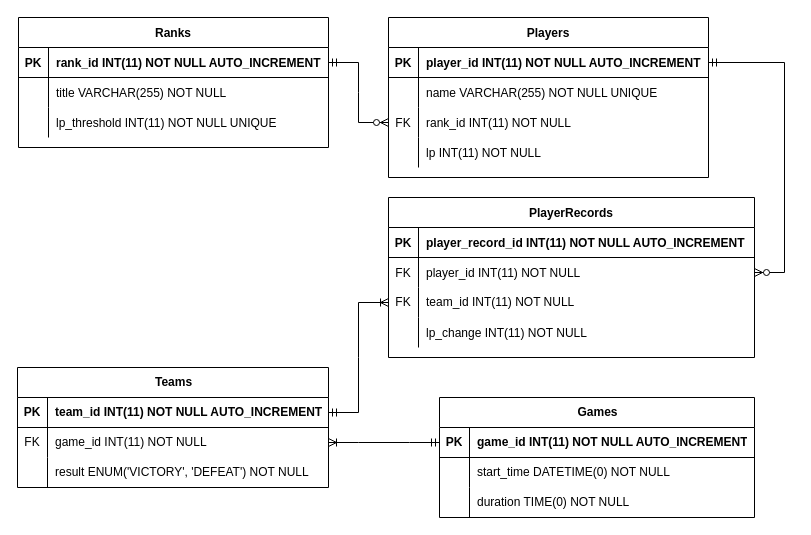
The draw.io diagram ERD.drawio in sinogrimm/lol_project, before the edit. Source tidied: cells renumbered, new cells numbered last; positions are measured from the earlier drawing's top-left corner, leaving out a move shared by most shapes. Both pictures are drawn from the tidied source at 100%, with x=0, y=0 at pixel (17, 17).
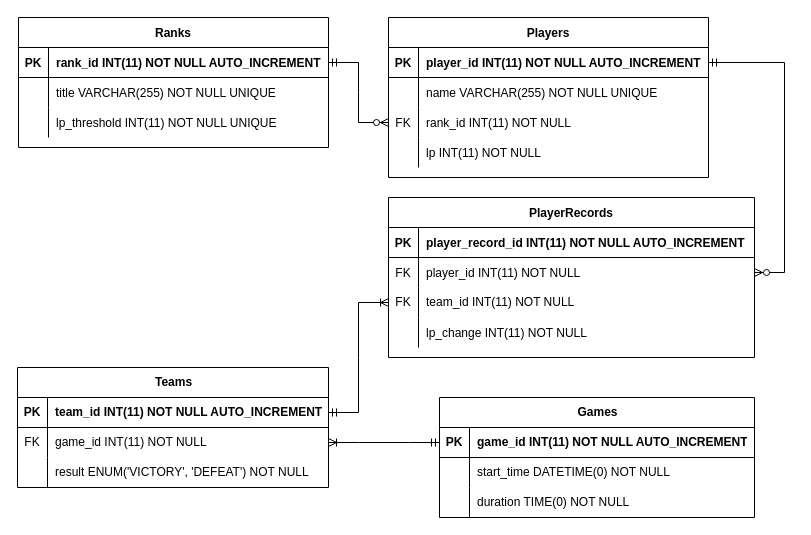
After the change.

Commit message:
added unique constraint to title

The change refers to these unchanged cells:
```xml
<mxCell id="19" style="shape=partialRectangle;fillColor=none;top=0;left=0;right=0;bottom=0;" parent="15" vertex="1">
  <mxGeometry y="60" width="310" height="30" as="geometry" />
</mxCell>
```

What changed in the source:
```diff
@@
-    <mxCell id="21" value="title VARCHAR(255) NOT NULL" style="shape=partialRectangle;overflow=hidden;fillColor=none;top=0;left=0;bottom=0;right=0;align=left;spacingLeft=6;" parent="19" vertex="1">
+    <mxCell id="21" value="title VARCHAR(255) NOT NULL UNIQUE" style="shape=partialRectangle;overflow=hidden;fillColor=none;top=0;left=0;bottom=0;right=0;align=left;spacingLeft=6;" parent="19" vertex="1">
       <mxGeometry x="30" width="280" height="30" as="geometry" />
     </mxCell>
```
